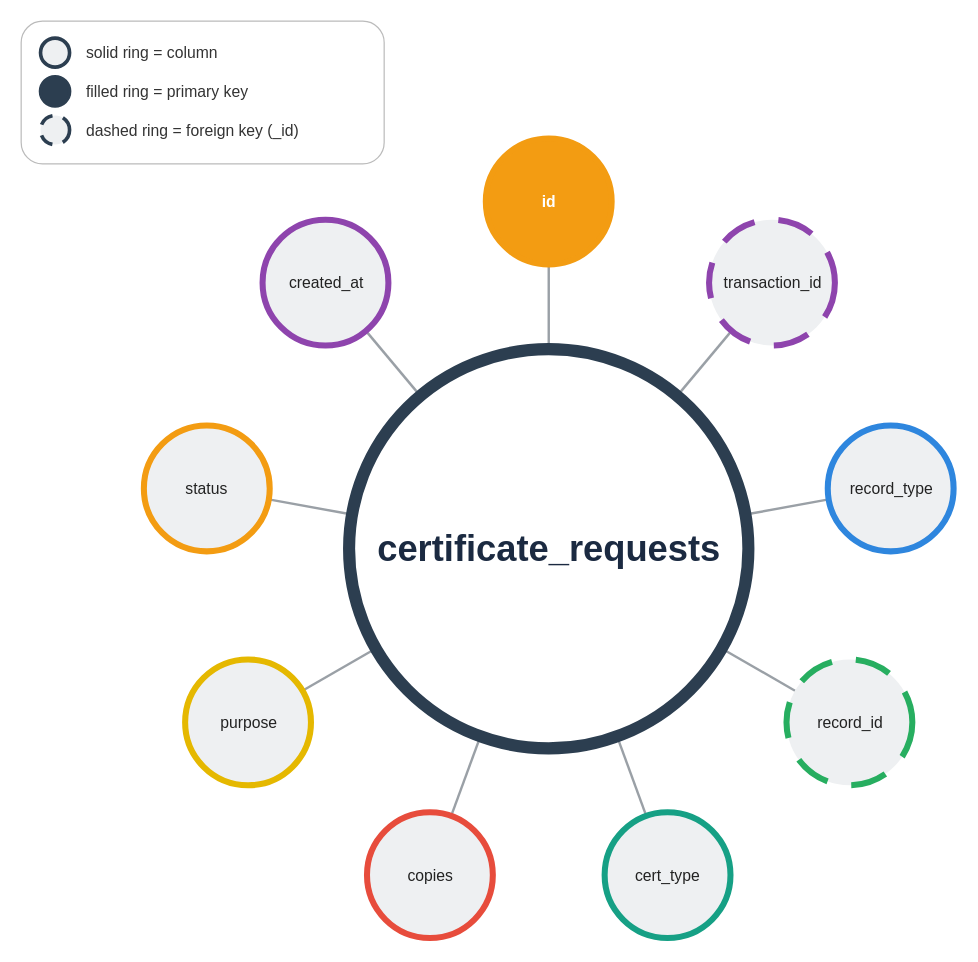
ivanpalogan/CROMS08082026 keeps this draw.io diagram as page "certificate_requests" (6 of 39) of Docs/CROMS_Data_Entry_Table_Diagrams.drawio. Above is the earlier version. Source tidied: cells renumbered, new cells numbered last; positions are measured from the earlier drawing's top-left corner, leaving out a move shared by most shapes. Both pictures are drawn from the tidied source at 121%, with x=0, y=0 at pixel (21, 21).
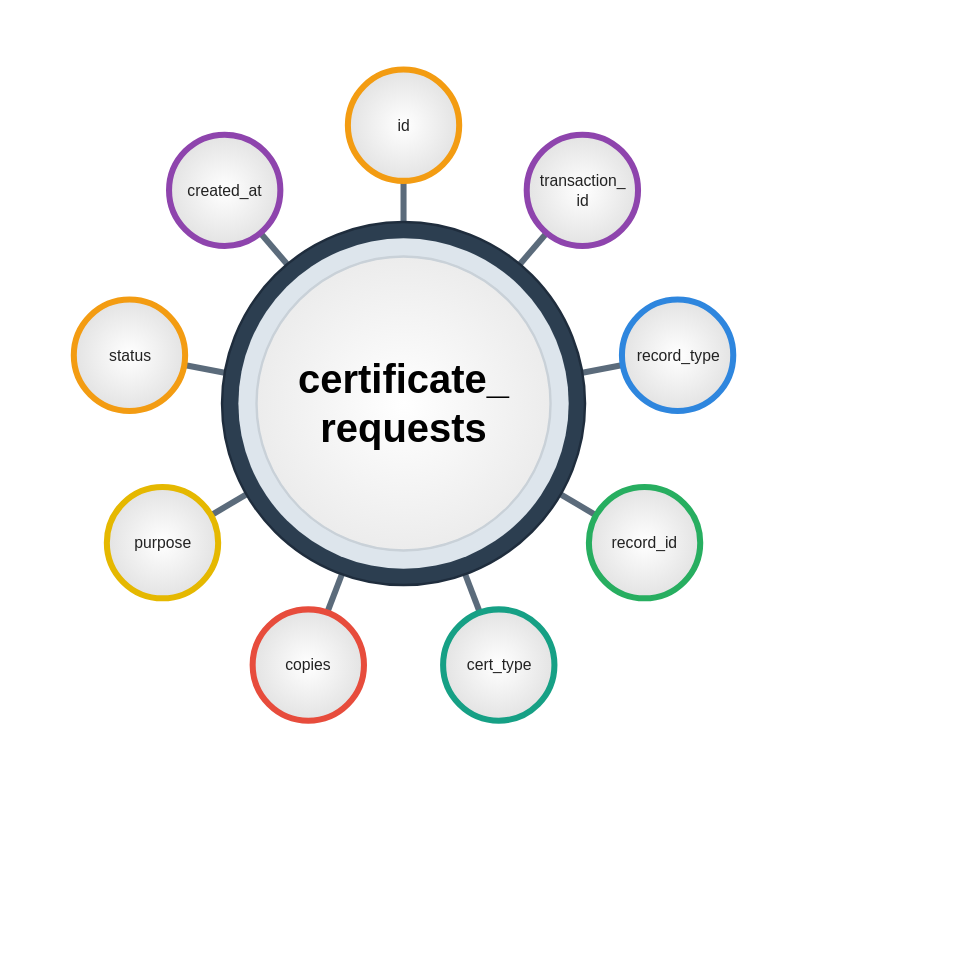
The same diagram, later.

Commit message (it also covers changes not shown here):
docs: bubble diagrams in the plain reference look (table name + column names only)

Diff of the diagram source:
```diff
@@
-    <mxCell id="2" style="endArrow=none;startArrow=none;html=1;strokeColor=#9AA0A6;strokeWidth=2;" parent="1" edge="1" source="12" target="11">
+    <mxCell id="2" style="endArrow=none;startArrow=none;html=1;strokeColor=#5B6B7B;strokeWidth=5;" parent="1" edge="1" source="12" target="11">
       <mxGeometry relative="1" as="geometry" />
     </mxCell>
-    <mxCell id="3" style="endArrow=none;startArrow=none;html=1;strokeColor=#9AA0A6;strokeWidth=2;" parent="1" edge="1" source="13" target="11">
+    <mxCell id="3" style="endArrow=none;startArrow=none;html=1;strokeColor=#5B6B7B;strokeWidth=5;" parent="1" edge="1" source="13" target="11">
       <mxGeometry relative="1" as="geometry" />
     </mxCell>
-    <mxCell id="4" style="endArrow=none;startArrow=none;html=1;strokeColor=#9AA0A6;strokeWidth=2;" parent="1" edge="1" source="14" target="11">
+    <mxCell id="4" style="endArrow=none;startArrow=none;html=1;strokeColor=#5B6B7B;strokeWidth=5;" parent="1" edge="1" source="14" target="11">
       <mxGeometry relative="1" as="geometry" />
     </mxCell>
-    <mxCell id="5" style="endArrow=none;startArrow=none;html=1;strokeColor=#9AA0A6;strokeWidth=2;" parent="1" edge="1" source="15" target="11">
+    <mxCell id="5" style="endArrow=none;startArrow=none;html=1;strokeColor=#5B6B7B;strokeWidth=5;" parent="1" edge="1" source="15" target="11">
       <mxGeometry relative="1" as="geometry" />
     </mxCell>
-    <mxCell id="6" style="endArrow=none;startArrow=none;html=1;strokeColor=#9AA0A6;strokeWidth=2;" parent="1" edge="1" source="16" target="11">
+    <mxCell id="6" style="endArrow=none;startArrow=none;html=1;strokeColor=#5B6B7B;strokeWidth=5;" parent="1" edge="1" source="16" target="11">
       <mxGeometry relative="1" as="geometry" />
     </mxCell>
-    <mxCell id="7" style="endArrow=none;startArrow=none;html=1;strokeColor=#9AA0A6;strokeWidth=2;" parent="1" edge="1" source="17" target="11">
+    <mxCell id="7" style="endArrow=none;startArrow=none;html=1;strokeColor=#5B6B7B;strokeWidth=5;" parent="1" edge="1" source="17" target="11">
       <mxGeometry relative="1" as="geometry" />
     </mxCell>
-    <mxCell id="8" style="endArrow=none;startArrow=none;html=1;strokeColor=#9AA0A6;strokeWidth=2;" parent="1" edge="1" source="18" target="11">
+    <mxCell id="8" style="endArrow=none;startArrow=none;html=1;strokeColor=#5B6B7B;strokeWidth=5;" parent="1" edge="1" source="18" target="11">
       <mxGeometry relative="1" as="geometry" />
     </mxCell>
-    <mxCell id="9" style="endArrow=none;startArrow=none;html=1;strokeColor=#9AA0A6;strokeWidth=2;" parent="1" edge="1" source="19" target="11">
+    <mxCell id="9" style="endArrow=none;startArrow=none;html=1;strokeColor=#5B6B7B;strokeWidth=5;" parent="1" edge="1" source="19" target="11">
       <mxGeometry relative="1" as="geometry" />
     </mxCell>
-    <mxCell id="10" style="endArrow=none;startArrow=none;html=1;strokeColor=#9AA0A6;strokeWidth=2;" parent="1" edge="1" source="20" target="11">
+    <mxCell id="10" style="endArrow=none;startArrow=none;html=1;strokeColor=#5B6B7B;strokeWidth=5;" parent="1" edge="1" source="20" target="11">
       <mxGeometry relative="1" as="geometry" />
     </mxCell>
-    <mxCell id="11" value="certificate_requests" style="ellipse;whiteSpace=nowrap;html=1;fontFamily=Arial;fontSize=30;fontStyle=1;fontColor=#1B2A41;fillColor=#FFFFFF;strokeColor=#2C3E50;strokeWidth=10;align=center;verticalAlign=middle;" parent="1" vertex="1">
-      <mxGeometry x="271" y="271" width="330" height="330" as="geometry" />
+    <mxCell id="11" style="ellipse;whiteSpace=nowrap;html=1;fillColor=#2C3E50;strokeColor=#1F2D3D;strokeWidth=2;" parent="1" vertex="1">
+      <mxGeometry x="166" y="166" width="300" height="300" as="geometry" />
     </mxCell>
+    <mxCell id="28" style="ellipse;whiteSpace=nowrap;html=1;fillColor=#DDE5EC;strokeColor=none;" parent="1" vertex="1">
+      <mxGeometry x="179.5" y="179.5" width="273" height="273" as="geometry" />
+    </mxCell>
+    <mxCell id="29" value="certificate_&lt;br&gt;requests" style="ellipse;whiteSpace=nowrap;html=1;fontFamily=Arial;fontSize=33;fontStyle=1;fontColor=#000000;fillColor=#FFFFFF;gradientColor=#ECECEC;gradientDirection=radial;strokeColor=#C9D1D8;strokeWidth=2;align=center;verticalAlign=middle;" parent="1" vertex="1">
+      <mxGeometry x="194.5" y="194.5" width="243" height="243" as="geometry" />
+    </mxCell>
-    <mxCell id="12" value="id" style="ellipse;whiteSpace=nowrap;html=1;fontFamily=Arial;fontSize=13;align=center;verticalAlign=middle;spacing=0;strokeWidth=5;fillColor=#F39C12;strokeColor=#F39C12;fontColor=#FFFFFF;fontStyle=1;" parent="1" vertex="1">
-      <mxGeometry x="384" y="97" width="104" height="104" as="geometry" />
+    <mxCell id="12" value="id" style="ellipse;whiteSpace=nowrap;html=1;fontFamily=Arial;fontSize=13;align=center;verticalAlign=middle;spacing=0;strokeWidth=5;fontColor=#222222;fillColor=#FFFFFF;gradientColor=#E3E3E3;gradientDirection=radial;strokeColor=#F39C12;" parent="1" vertex="1">
+      <mxGeometry x="270" y="40" width="92" height="92" as="geometry" />
     </mxCell>
-    <mxCell id="13" value="transaction_id" style="ellipse;whiteSpace=nowrap;html=1;fontFamily=Arial;fontSize=13;align=center;verticalAlign=middle;spacing=0;strokeWidth=5;fillColor=#EEF0F2;strokeColor=#8E44AD;fontColor=#222222;dashed=1;dashPattern=6 4;" parent="1" vertex="1">
-      <mxGeometry x="568.5" y="164.1" width="104" height="104" as="geometry" />
+    <mxCell id="13" value="transaction_&lt;br&gt;id" style="ellipse;whiteSpace=nowrap;html=1;fontFamily=Arial;fontSize=13;align=center;verticalAlign=middle;spacing=0;strokeWidth=5;fontColor=#222222;fillColor=#FFFFFF;gradientColor=#E3E3E3;gradientDirection=radial;strokeColor=#8E44AD;" parent="1" vertex="1">
+      <mxGeometry x="417.8" y="93.8" width="92" height="92" as="geometry" />
     </mxCell>
-    <mxCell id="14" value="record_type" style="ellipse;whiteSpace=nowrap;html=1;fontFamily=Arial;fontSize=13;align=center;verticalAlign=middle;spacing=0;strokeWidth=5;fillColor=#EEF0F2;strokeColor=#2E86DE;fontColor=#222222;" parent="1" vertex="1">
-      <mxGeometry x="666.6" y="334.2" width="104" height="104" as="geometry" />
+    <mxCell id="14" value="record_type" style="ellipse;whiteSpace=nowrap;html=1;fontFamily=Arial;fontSize=13;align=center;verticalAlign=middle;spacing=0;strokeWidth=5;fontColor=#222222;fillColor=#FFFFFF;gradientColor=#E3E3E3;gradientDirection=radial;strokeColor=#2E86DE;" parent="1" vertex="1">
+      <mxGeometry x="496.5" y="230.1" width="92" height="92" as="geometry" />
     </mxCell>
-    <mxCell id="15" value="record_id" style="ellipse;whiteSpace=nowrap;html=1;fontFamily=Arial;fontSize=13;align=center;verticalAlign=middle;spacing=0;strokeWidth=5;fillColor=#EEF0F2;strokeColor=#27AE60;fontColor=#222222;dashed=1;dashPattern=6 4;" parent="1" vertex="1">
-      <mxGeometry x="632.5" y="527.5" width="104" height="104" as="geometry" />
+    <mxCell id="15" value="record_id" style="ellipse;whiteSpace=nowrap;html=1;fontFamily=Arial;fontSize=13;align=center;verticalAlign=middle;spacing=0;strokeWidth=5;fontColor=#222222;fillColor=#FFFFFF;gradientColor=#E3E3E3;gradientDirection=radial;strokeColor=#27AE60;" parent="1" vertex="1">
+      <mxGeometry x="469.2" y="385" width="92" height="92" as="geometry" />
     </mxCell>
-    <mxCell id="16" value="cert_type" style="ellipse;whiteSpace=nowrap;html=1;fontFamily=Arial;fontSize=13;align=center;verticalAlign=middle;spacing=0;strokeWidth=5;fillColor=#EEF0F2;strokeColor=#16A085;fontColor=#222222;" parent="1" vertex="1">
-      <mxGeometry x="482.2" y="653.7" width="104" height="104" as="geometry" />
+    <mxCell id="16" value="cert_type" style="ellipse;whiteSpace=nowrap;html=1;fontFamily=Arial;fontSize=13;align=center;verticalAlign=middle;spacing=0;strokeWidth=5;fontColor=#222222;fillColor=#FFFFFF;gradientColor=#E3E3E3;gradientDirection=radial;strokeColor=#16A085;" parent="1" vertex="1">
+      <mxGeometry x="348.7" y="486.1" width="92" height="92" as="geometry" />
     </mxCell>
-    <mxCell id="17" value="copies" style="ellipse;whiteSpace=nowrap;html=1;fontFamily=Arial;fontSize=13;align=center;verticalAlign=middle;spacing=0;strokeWidth=5;fillColor=#EEF0F2;strokeColor=#E74C3C;fontColor=#222222;" parent="1" vertex="1">
-      <mxGeometry x="285.8" y="653.7" width="104" height="104" as="geometry" />
+    <mxCell id="17" value="copies" style="ellipse;whiteSpace=nowrap;html=1;fontFamily=Arial;fontSize=13;align=center;verticalAlign=middle;spacing=0;strokeWidth=5;fontColor=#222222;fillColor=#FFFFFF;gradientColor=#E3E3E3;gradientDirection=radial;strokeColor=#E74C3C;" parent="1" vertex="1">
+      <mxGeometry x="191.3" y="486.1" width="92" height="92" as="geometry" />
     </mxCell>
-    <mxCell id="18" value="purpose" style="ellipse;whiteSpace=nowrap;html=1;fontFamily=Arial;fontSize=13;align=center;verticalAlign=middle;spacing=0;strokeWidth=5;fillColor=#EEF0F2;strokeColor=#E5B800;fontColor=#222222;" parent="1" vertex="1">
-      <mxGeometry x="135.5" y="527.5" width="104" height="104" as="geometry" />
+    <mxCell id="18" value="purpose" style="ellipse;whiteSpace=nowrap;html=1;fontFamily=Arial;fontSize=13;align=center;verticalAlign=middle;spacing=0;strokeWidth=5;fontColor=#222222;fillColor=#FFFFFF;gradientColor=#E3E3E3;gradientDirection=radial;strokeColor=#E5B800;" parent="1" vertex="1">
+      <mxGeometry x="70.8" y="385" width="92" height="92" as="geometry" />
     </mxCell>
-    <mxCell id="19" value="status" style="ellipse;whiteSpace=nowrap;html=1;fontFamily=Arial;fontSize=13;align=center;verticalAlign=middle;spacing=0;strokeWidth=5;fillColor=#EEF0F2;strokeColor=#F39C12;fontColor=#222222;" parent="1" vertex="1">
-      <mxGeometry x="101.4" y="334.2" width="104" height="104" as="geometry" />
+    <mxCell id="19" value="status" style="ellipse;whiteSpace=nowrap;html=1;fontFamily=Arial;fontSize=13;align=center;verticalAlign=middle;spacing=0;strokeWidth=5;fontColor=#222222;fillColor=#FFFFFF;gradientColor=#E3E3E3;gradientDirection=radial;strokeColor=#F39C12;" parent="1" vertex="1">
+      <mxGeometry x="43.5" y="230.1" width="92" height="92" as="geometry" />
     </mxCell>
-    <mxCell id="20" value="created_at" style="ellipse;whiteSpace=nowrap;html=1;fontFamily=Arial;fontSize=13;align=center;verticalAlign=middle;spacing=0;strokeWidth=5;fillColor=#EEF0F2;strokeColor=#8E44AD;fontColor=#222222;" parent="1" vertex="1">
-      <mxGeometry x="199.5" y="164.1" width="104" height="104" as="geometry" />
+    <mxCell id="20" value="created_at" style="ellipse;whiteSpace=nowrap;html=1;fontFamily=Arial;fontSize=13;align=center;verticalAlign=middle;spacing=0;strokeWidth=5;fontColor=#222222;fillColor=#FFFFFF;gradientColor=#E3E3E3;gradientDirection=radial;strokeColor=#8E44AD;" parent="1" vertex="1">
+      <mxGeometry x="122.2" y="93.8" width="92" height="92" as="geometry" />
     </mxCell>
-    <mxCell id="21" style="rounded=1;whiteSpace=wrap;html=1;fillColor=#FFFFFF;strokeColor=#BBBBBB;" parent="1" vertex="1">
-      <mxGeometry width="300" height="118" as="geometry" />
-    </mxCell>
-    <mxCell id="22" style="ellipse;html=1;strokeWidth=3;strokeColor=#2C3E50;fillColor=#EEF0F2;" parent="1" vertex="1">
-      <mxGeometry x="16" y="14" width="24" height="24" as="geometry" />
-    </mxCell>
-    <mxCell id="23" value="solid ring = column" style="text;html=1;align=left;verticalAlign=middle;fontFamily=Arial;fontSize=13;fontColor=#333333;" parent="1" vertex="1">
-      <mxGeometry x="52" y="14" width="236" height="24" as="geometry" />
-    </mxCell>
-    <mxCell id="24" style="ellipse;html=1;strokeWidth=3;strokeColor=#2C3E50;fillColor=#2C3E50;" parent="1" vertex="1">
-      <mxGeometry x="16" y="46" width="24" height="24" as="geometry" />
-    </mxCell>
-    <mxCell id="25" value="filled ring = primary key" style="text;html=1;align=left;verticalAlign=middle;fontFamily=Arial;fontSize=13;fontColor=#333333;" parent="1" vertex="1">
-      <mxGeometry x="52" y="46" width="236" height="24" as="geometry" />
-    </mxCell>
-    <mxCell id="26" style="ellipse;html=1;strokeWidth=3;strokeColor=#2C3E50;fillColor=#EEF0F2;dashed=1;dashPattern=4 3;" parent="1" vertex="1">
-      <mxGeometry x="16" y="78" width="24" height="24" as="geometry" />
-    </mxCell>
-    <mxCell id="27" value="dashed ring = foreign key (_id)" style="text;html=1;align=left;verticalAlign=middle;fontFamily=Arial;fontSize=13;fontColor=#333333;" parent="1" vertex="1">
-      <mxGeometry x="52" y="78" width="236" height="24" as="geometry" />
-    </mxCell>
```
